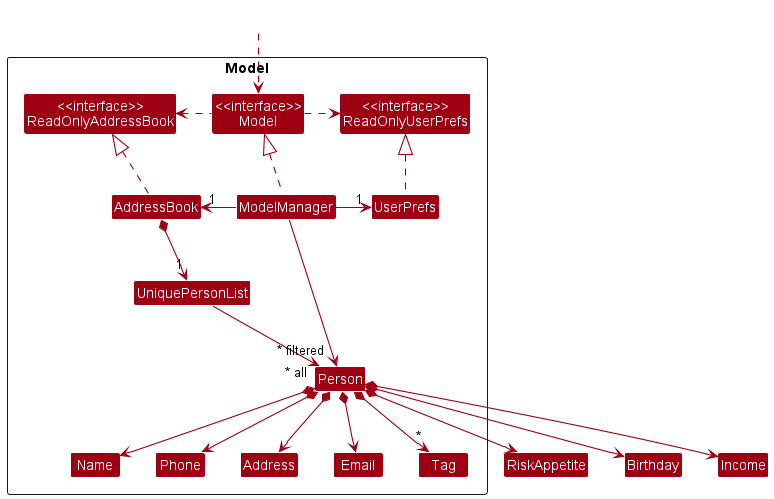
Before: docs/images/ModelClassDiagram.png, a diagram exported from PlantUML (nus-cs2103-AY2223S1/tp).
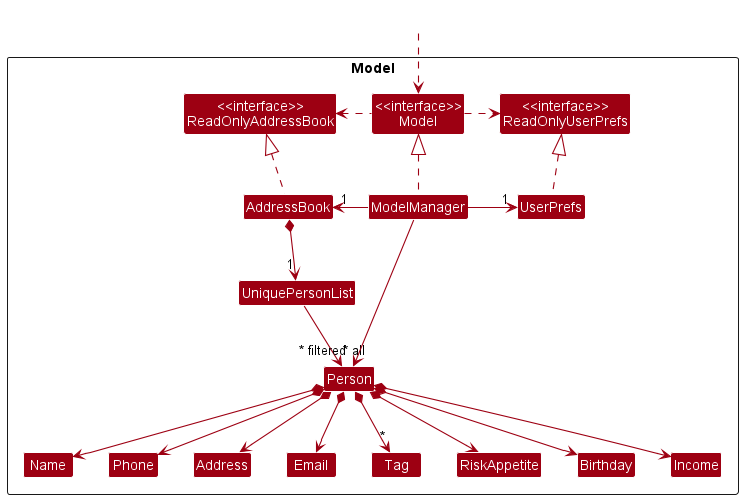
The same file after the commit.

Change to the diagram source:
```diff
@@ -19,7 +19,9 @@
 Class Name
 Class Phone
 Class Tag
-
+Class RiskAppetite
+Class Birthday
+Class Income
 }
 
 Class HiddenOutside #FFFFFF
```
